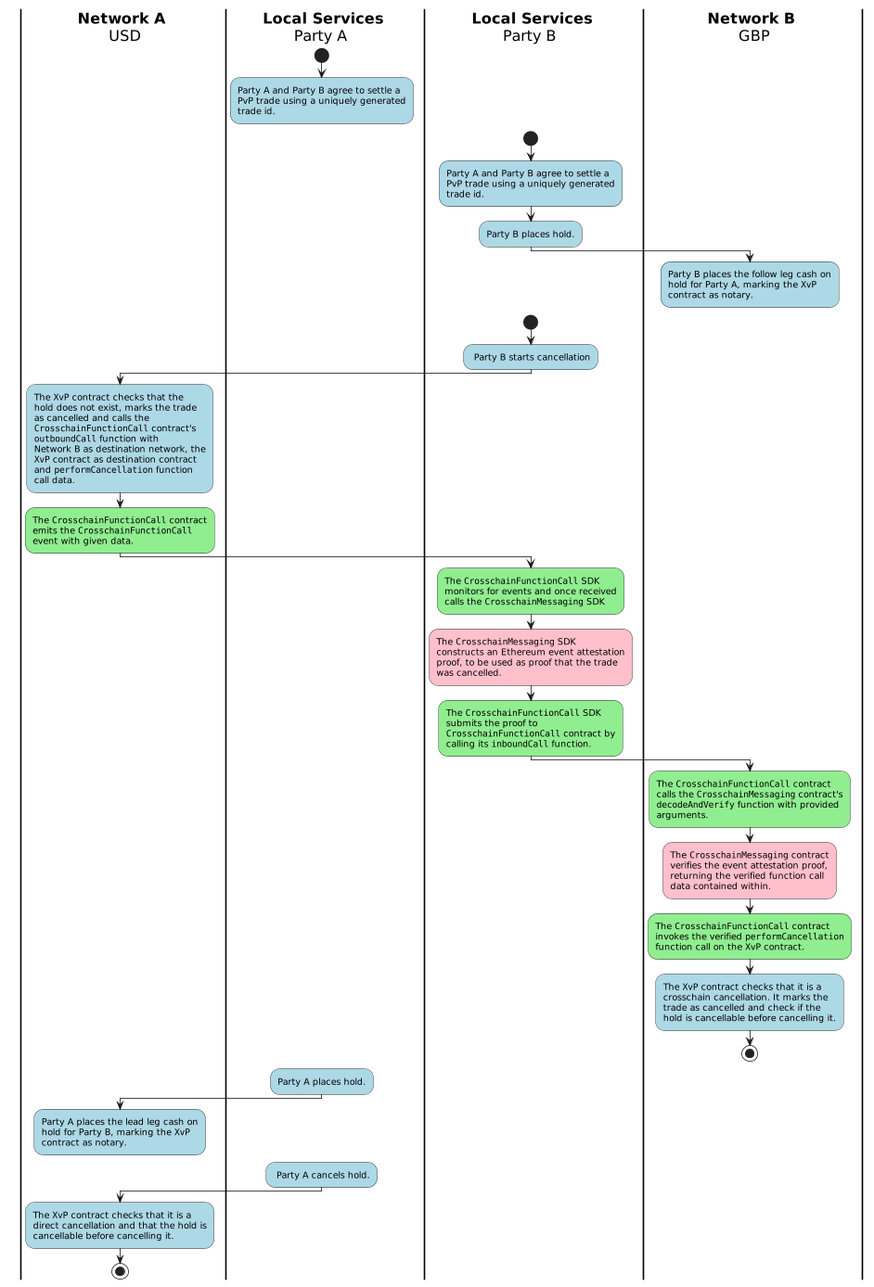
Earlier version of the PlantUML export docs/adhara/img/pvp_cancellation_on_leading.png (hyperledger-labs/harmonia).
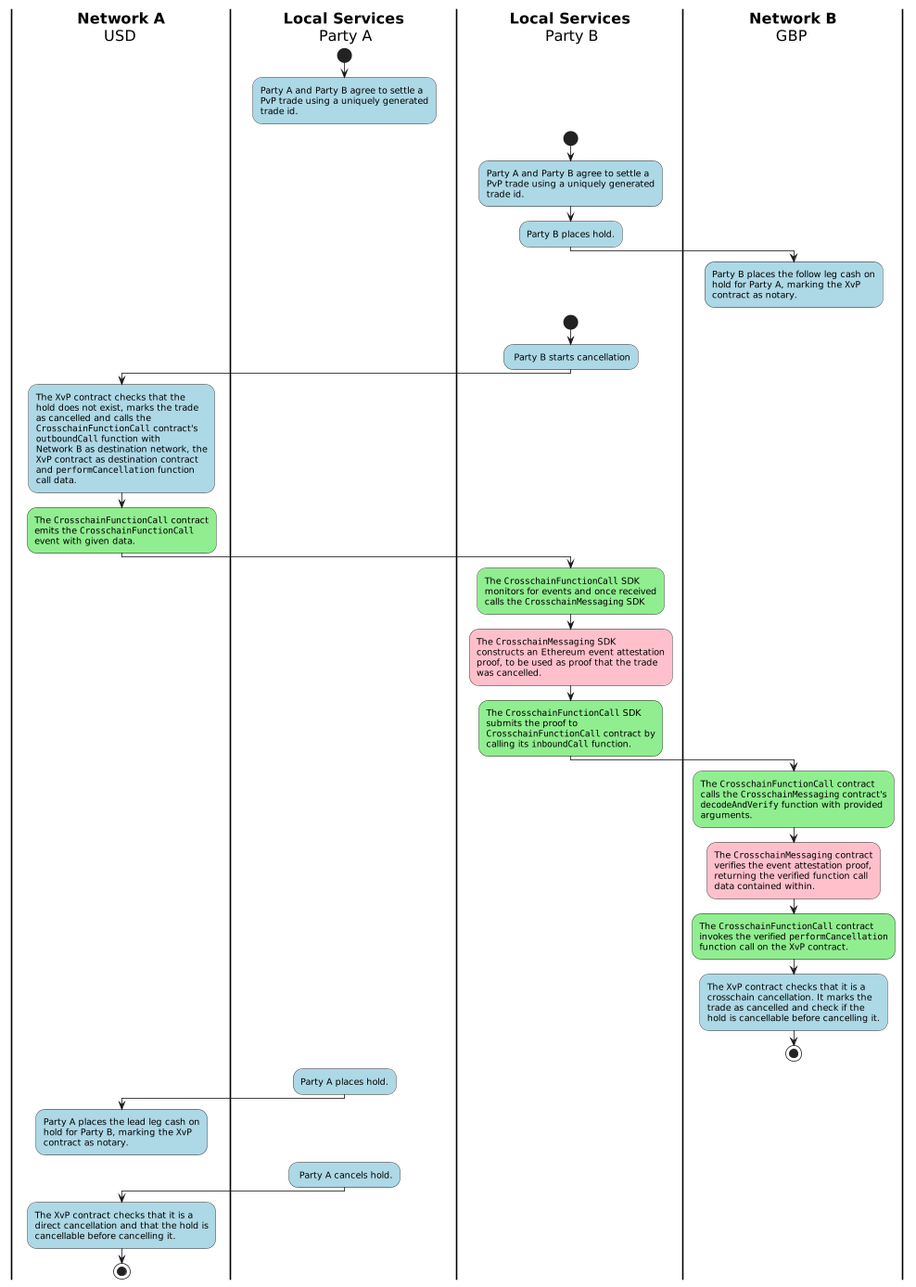
Above is the later version.

What changed in the source:
```diff
@@ -8,14 +8,14 @@
   TitleFontSize 20
   BorderColor black
   BorderThickness 2
-  width 500
+  swimlaneWidth same
 }
 
-| **Network A**\n        USD  |
-| **Local Services**\n        Party A |
-| **Local Services**\n        Party B |
+|              **Network A**              \n                    USD  |
+ |           **Local Services**           \n                   Party A |
+ |           **Local Services**           \n                   Party B |
 
-| **Local Services**\n        Party A |
+ |           **Local Services**           \n                   Party A |
 
   start
   :Party A and Party B agree to settle a
@@ -23,7 +23,7 @@
   trade id.;
   detach
 
-| **Local Services**\n        Party B |
+ |           **Local Services**           \n                   Party B |
 
   start
   :Party A and Party B agree to settle a
@@ -31,18 +31,18 @@
   trade id.;
   :Party B places hold.;
 
-| **Network B**\n        GBP |
+|              **Network B**              \n                    GBP  |
 
   :Party B places the follow leg cash on
   hold for Party A, marking the ""XvP""
   contract as notary.;
   detach
 
-| **Local Services**\n        Party B |
+ |           **Local Services**           \n                   Party B |
   start
   : Party B starts cancellation;
 
-| **Network A**\n        USD  |
+|              **Network A**              \n                    USD  |
 
   :The ""XvP"" contract checks that the
   hold does not exist, marks the trade
@@ -57,7 +57,7 @@
   emits the ""CrosschainFunctionCall""
   event with given data.;
 
-| **Local Services**\n        Party B |
+ |           **Local Services**           \n                   Party B |
 
    #lightGreen:The ""CrosschainFunctionCall"" SDK
    monitors for events and once received
@@ -71,7 +71,7 @@
    ""CrosschainFunctionCall"" contract by
    calling its ""inboundCall"" function.;
 
-| **Network B**\n        GBP |
+|              **Network B**              \n                    GBP  |
 
   #lightGreen:The ""CrosschainFunctionCall"" contract
   calls the ""CrosschainMessaging"" contract's
@@ -90,11 +90,11 @@
   hold is cancellable before cancelling it.;
   stop
 
-| **Local Services**\n        Party A |
+ |           **Local Services**           \n                   Party A |
 
   :Party A places hold.;
 
-| **Network A**\n        USD  |
+|              **Network A**              \n                    USD  |
 
   :Party A places the lead leg cash on
   hold for Party B, marking the ""XvP""
@@ -102,11 +102,11 @@
   detach
 
 
-| **Local Services**\n        Party A |
+ |           **Local Services**           \n                   Party A |
 
 : Party A cancels hold.;
 
-| **Network A**\n        USD  |
+|              **Network A**              \n                    USD  |
 
   :The ""XvP"" contract checks that it is a
   direct cancellation and that the hold is
```
